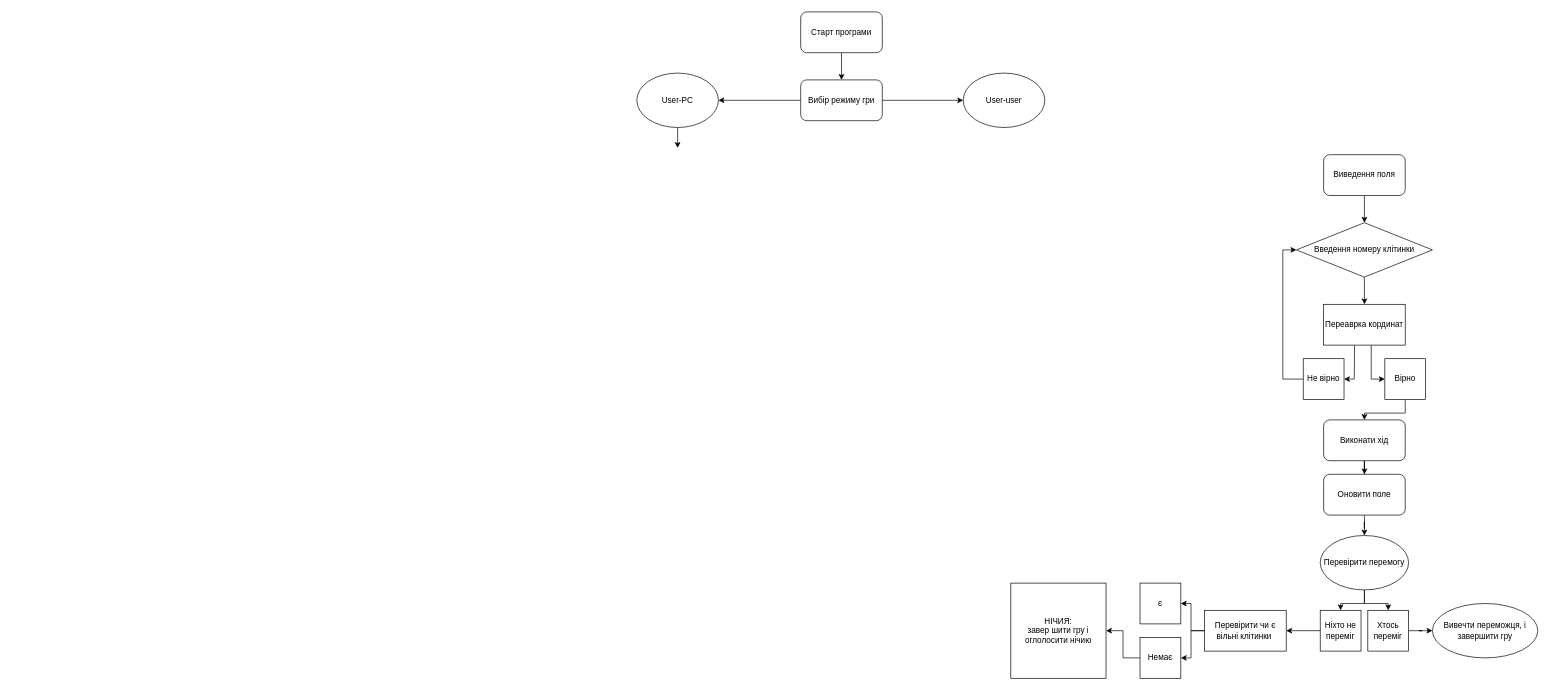
Before: Діаграма без назви.drawio in SombreEm/alpha, a draw.io diagram. Source tidied: cells renumbered, new cells numbered last; positions are measured from the earlier drawing's top-left corner, leaving out a move shared by most shapes. Both pictures are drawn from the tidied source at 68%, with x=0, y=0 at pixel (636, 12).
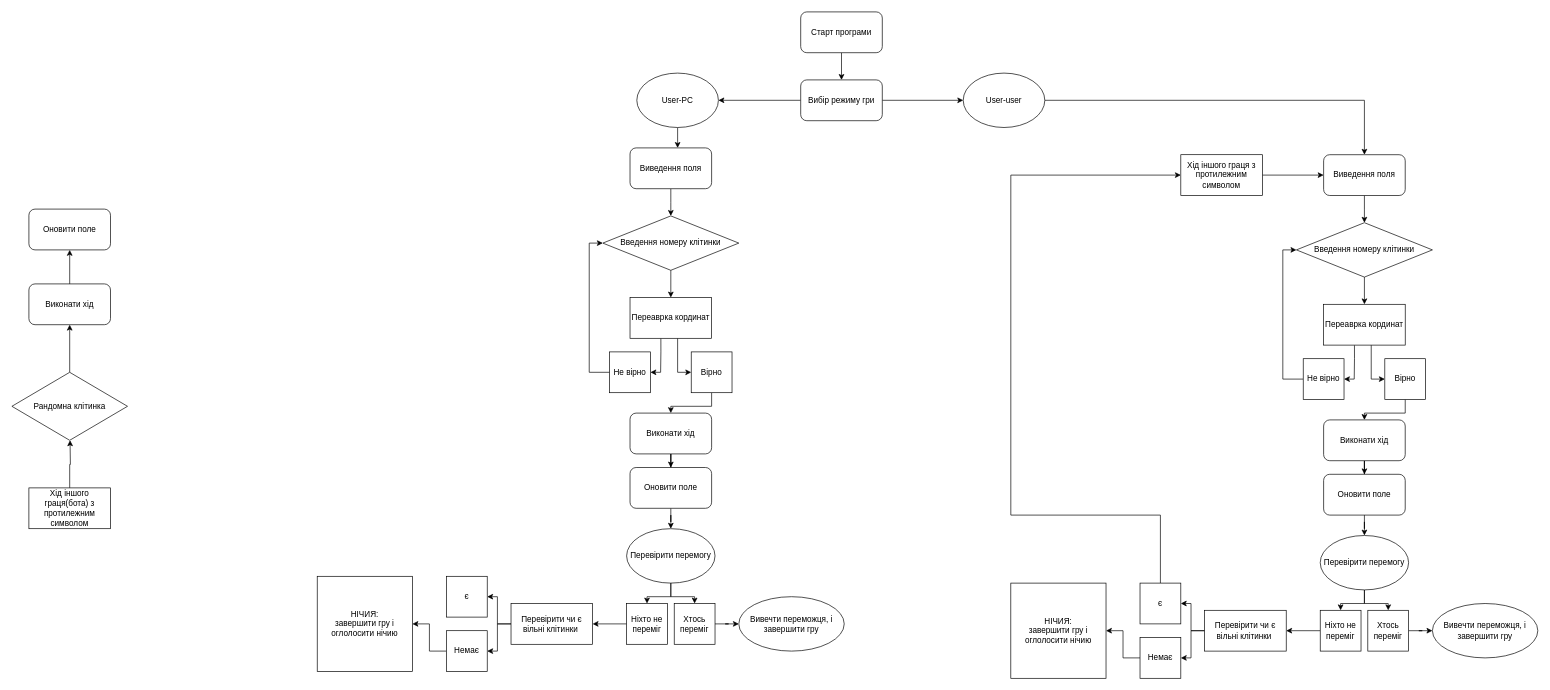
The same diagram, later.

Unchanged cells that the change refers to:
```xml
<mxCell id="5" value="Виведення поля" style="rounded=1;whiteSpace=wrap;html=1;" parent="1" vertex="1">
  <mxGeometry x="1010" y="210" width="120" height="60" as="geometry" />
</mxCell>
<mxCell id="11" value="User-user&lt;span id=&quot;docs-internal-guid-ddc45cb4-7fff-b80d-b5cc-657cc404f076&quot;&gt;&lt;/span&gt;" style="ellipse;whiteSpace=wrap;html=1;" parent="1" vertex="1">
  <mxGeometry x="480" y="90" width="120" height="80" as="geometry" />
</mxCell>
<mxCell id="36" value="є" style="rounded=0;whiteSpace=wrap;html=1;" parent="1" vertex="1">
  <mxGeometry x="740" y="840" width="60" height="60" as="geometry" />
</mxCell>
```

Diff of the diagram source:
```diff
@@
+    <mxCell id="40" style="edgeStyle=orthogonalEdgeStyle;rounded=0;jettySize=auto;html=1;exitX=1;exitY=0.5;exitDx=0;exitDy=0;entryX=0.5;entryY=0;entryDx=0;entryDy=0;" parent="1" edge="1" source="11" target="5">
+      <mxGeometry relative="1" as="geometry" />
+    </mxCell>
@@
+    <mxCell id="41" style="edgeStyle=orthogonalEdgeStyle;rounded=0;jettySize=auto;html=1;exitX=0.5;exitY=0;exitDx=0;exitDy=0;" parent="1" edge="1" source="36">
+      <mxGeometry relative="1" as="geometry">
+        <mxPoint x="800" y="240" as="targetPoint" />
+        <Array as="points">
+          <mxPoint x="770" y="740" />
+          <mxPoint x="550" y="740" />
+        </Array>
+      </mxGeometry>
+    </mxCell>
@@
-    <mxCell id="39" value="НІЧИЯ:&lt;br&gt;завер шити гру і оглолосити нічию" style="whiteSpace=wrap;html=1;" parent="1" vertex="1">
+    <mxCell id="39" value="НІЧИЯ:&lt;br&gt;завершити гру і оглолосити нічию" style="whiteSpace=wrap;html=1;" parent="1" vertex="1">
       <mxGeometry x="550" y="840" width="140" height="140" as="geometry" />
     </mxCell>
+    <mxCell id="42" style="edgeStyle=orthogonalEdgeStyle;rounded=0;jettySize=auto;html=1;exitX=1;exitY=0.5;exitDx=0;exitDy=0;entryX=0;entryY=0.5;entryDx=0;entryDy=0;" parent="1" edge="1" source="43" target="5">
+      <mxGeometry relative="1" as="geometry" />
+    </mxCell>
+    <mxCell id="43" value="Хід іншого граця з протилежним символом" style="rounded=0;whiteSpace=wrap;html=1;" parent="1" vertex="1">
+      <mxGeometry x="800" y="210" width="120" height="60" as="geometry" />
+    </mxCell>
+    <mxCell id="44" style="edgeStyle=orthogonalEdgeStyle;rounded=0;jettySize=auto;html=1;entryX=0.5;entryY=0;entryDx=0;entryDy=0;" parent="1" edge="1" source="45">
+      <mxGeometry relative="1" as="geometry">
+        <mxPoint x="50" y="300" as="targetPoint" />
+      </mxGeometry>
+    </mxCell>
+    <mxCell id="45" value="Виведення поля" style="rounded=1;whiteSpace=wrap;html=1;" parent="1" vertex="1">
+      <mxGeometry x="-10" y="200" width="120" height="60" as="geometry" />
+    </mxCell>
+    <mxCell id="46" value="Введення номеру клітинки" style="rhombus;whiteSpace=wrap;html=1;" parent="1" vertex="1">
+      <mxGeometry x="-50" y="300" width="200" height="80" as="geometry" />
+    </mxCell>
+    <mxCell id="47" style="edgeStyle=orthogonalEdgeStyle;rounded=0;jettySize=auto;html=1;" parent="1" edge="1" source="46" target="50">
+      <mxGeometry relative="1" as="geometry" />
+    </mxCell>
+    <mxCell id="48" style="edgeStyle=orthogonalEdgeStyle;rounded=0;jettySize=auto;html=1;entryX=1;entryY=0.5;entryDx=0;entryDy=0;exitX=0.378;exitY=1.004;exitDx=0;exitDy=0;exitPerimeter=0;" parent="1" edge="1" source="50" target="54">
+      <mxGeometry relative="1" as="geometry">
+        <Array as="points">
+          <mxPoint x="35" y="500" />
+          <mxPoint x="35" y="530" />
+        </Array>
+      </mxGeometry>
+    </mxCell>
+    <mxCell id="49" style="edgeStyle=orthogonalEdgeStyle;rounded=0;jettySize=auto;html=1;entryX=0;entryY=0.5;entryDx=0;entryDy=0;" parent="1" edge="1" source="50" target="52">
+      <mxGeometry relative="1" as="geometry">
+        <Array as="points">
+          <mxPoint x="60" y="530" />
+        </Array>
+      </mxGeometry>
+    </mxCell>
+    <mxCell id="50" value="Переаврка кординат" style="rounded=0;whiteSpace=wrap;html=1;" parent="1" vertex="1">
+      <mxGeometry x="-10" y="420" width="120" height="60" as="geometry" />
+    </mxCell>
+    <mxCell id="51" style="edgeStyle=orthogonalEdgeStyle;rounded=0;jettySize=auto;html=1;entryX=0.5;entryY=0;entryDx=0;entryDy=0;" parent="1" edge="1" source="52" target="56">
+      <mxGeometry relative="1" as="geometry">
+        <Array as="points">
+          <mxPoint x="110" y="580" />
+          <mxPoint x="50" y="580" />
+        </Array>
+      </mxGeometry>
+    </mxCell>
+    <mxCell id="52" value="Вірно" style="rounded=0;whiteSpace=wrap;html=1;" parent="1" vertex="1">
+      <mxGeometry x="80" y="500" width="60" height="60" as="geometry" />
+    </mxCell>
+    <mxCell id="53" style="edgeStyle=orthogonalEdgeStyle;rounded=0;jettySize=auto;html=1;entryX=0;entryY=0.5;entryDx=0;entryDy=0;" parent="1" edge="1" source="54" target="46">
+      <mxGeometry relative="1" as="geometry">
+        <Array as="points">
+          <mxPoint x="-70" y="530" />
+          <mxPoint x="-70" y="340" />
+        </Array>
+      </mxGeometry>
+    </mxCell>
+    <mxCell id="54" value="Не вірно" style="rounded=0;whiteSpace=wrap;html=1;" parent="1" vertex="1">
+      <mxGeometry x="-40" y="500" width="60" height="60" as="geometry" />
+    </mxCell>
+    <mxCell id="55" style="edgeStyle=orthogonalEdgeStyle;rounded=0;jettySize=auto;html=1;entryX=0.5;entryY=0;entryDx=0;entryDy=0;" parent="1" edge="1" source="56" target="58">
+      <mxGeometry relative="1" as="geometry" />
+    </mxCell>
+    <mxCell id="56" value="Виконати хід" style="rounded=1;whiteSpace=wrap;html=1;" parent="1" vertex="1">
+      <mxGeometry x="-10" y="590" width="120" height="60" as="geometry" />
+    </mxCell>
+    <mxCell id="57" style="edgeStyle=orthogonalEdgeStyle;rounded=0;jettySize=auto;html=1;" parent="1" edge="1" source="58" target="61">
+      <mxGeometry relative="1" as="geometry" />
+    </mxCell>
+    <mxCell id="58" value="Оновити поле" style="rounded=1;whiteSpace=wrap;html=1;" parent="1" vertex="1">
+      <mxGeometry x="-10" y="670" width="120" height="60" as="geometry" />
+    </mxCell>
+    <mxCell id="59" style="edgeStyle=orthogonalEdgeStyle;rounded=0;jettySize=auto;html=1;" parent="1" edge="1" source="61" target="65">
+      <mxGeometry relative="1" as="geometry" />
+    </mxCell>
+    <mxCell id="60" style="edgeStyle=orthogonalEdgeStyle;rounded=0;jettySize=auto;html=1;entryX=0.5;entryY=0;entryDx=0;entryDy=0;" parent="1" edge="1" source="61" target="63">
+      <mxGeometry relative="1" as="geometry" />
+    </mxCell>
+    <mxCell id="61" value="Перевірити перемогу" style="ellipse;whiteSpace=wrap;html=1;rounded=1;" parent="1" vertex="1">
+      <mxGeometry x="-15" y="760" width="130" height="80" as="geometry" />
+    </mxCell>
+    <mxCell id="62" style="edgeStyle=orthogonalEdgeStyle;rounded=0;jettySize=auto;html=1;" parent="1" edge="1" source="63" target="66">
+      <mxGeometry relative="1" as="geometry" />
+    </mxCell>
+    <mxCell id="63" value="Хтось переміг" style="rounded=0;whiteSpace=wrap;html=1;" parent="1" vertex="1">
+      <mxGeometry x="55" y="870" width="60" height="60" as="geometry" />
+    </mxCell>
+    <mxCell id="64" style="edgeStyle=orthogonalEdgeStyle;rounded=0;jettySize=auto;html=1;" parent="1" edge="1" source="65" target="69">
+      <mxGeometry relative="1" as="geometry" />
+    </mxCell>
+    <mxCell id="65" value="Ніхто не переміг" style="rounded=0;whiteSpace=wrap;html=1;" parent="1" vertex="1">
+      <mxGeometry x="-15" y="870" width="60" height="60" as="geometry" />
+    </mxCell>
+    <mxCell id="66" value="Вивечти переможця, і завершити гру" style="ellipse;whiteSpace=wrap;html=1;rounded=0;" parent="1" vertex="1">
+      <mxGeometry x="150" y="860" width="155" height="80" as="geometry" />
+    </mxCell>
+    <mxCell id="67" style="edgeStyle=orthogonalEdgeStyle;rounded=0;jettySize=auto;html=1;" parent="1" edge="1" source="69" target="72">
+      <mxGeometry relative="1" as="geometry" />
+    </mxCell>
+    <mxCell id="68" style="edgeStyle=orthogonalEdgeStyle;rounded=0;jettySize=auto;html=1;entryX=1;entryY=0.5;entryDx=0;entryDy=0;" parent="1" edge="1" source="69" target="70">
+      <mxGeometry relative="1" as="geometry" />
+    </mxCell>
+    <mxCell id="69" value="Перевірити чи є вільні клітинки&amp;nbsp;" style="whiteSpace=wrap;html=1;rounded=0;" parent="1" vertex="1">
+      <mxGeometry x="-185" y="870" width="120" height="60" as="geometry" />
+    </mxCell>
+    <mxCell id="70" value="є" style="rounded=0;whiteSpace=wrap;html=1;" parent="1" vertex="1">
+      <mxGeometry x="-280" y="830" width="60" height="60" as="geometry" />
+    </mxCell>
+    <mxCell id="71" style="edgeStyle=orthogonalEdgeStyle;rounded=0;jettySize=auto;html=1;" parent="1" edge="1" source="72" target="73">
+      <mxGeometry relative="1" as="geometry" />
+    </mxCell>
+    <mxCell id="72" value="Немає" style="rounded=0;whiteSpace=wrap;html=1;" parent="1" vertex="1">
+      <mxGeometry x="-280" y="910" width="60" height="60" as="geometry" />
+    </mxCell>
+    <mxCell id="73" value="НІЧИЯ:&lt;br&gt;завершити гру і оглолосити нічию" style="whiteSpace=wrap;html=1;" parent="1" vertex="1">
+      <mxGeometry x="-470" y="830" width="140" height="140" as="geometry" />
+    </mxCell>
+    <mxCell id="74" style="edgeStyle=orthogonalEdgeStyle;rounded=0;jettySize=auto;html=1;exitX=0.5;exitY=0;exitDx=0;exitDy=0;" parent="1" edge="1" source="75">
+      <mxGeometry relative="1" as="geometry">
+        <mxPoint x="-833.5" y="630" as="targetPoint" />
+      </mxGeometry>
+    </mxCell>
+    <mxCell id="75" value="Хід іншого граця(бота) з протилежним символом" style="rounded=0;whiteSpace=wrap;html=1;" parent="1" vertex="1">
+      <mxGeometry x="-894" y="700" width="120" height="60" as="geometry" />
+    </mxCell>
+    <mxCell id="76" style="edgeStyle=orthogonalEdgeStyle;rounded=0;jettySize=auto;html=1;exitX=0.5;exitY=0;exitDx=0;exitDy=0;entryX=0.5;entryY=1;entryDx=0;entryDy=0;" parent="1" edge="1" source="77" target="79">
+      <mxGeometry relative="1" as="geometry" />
+    </mxCell>
+    <mxCell id="77" value="Рандомна клітинка" style="rhombus;whiteSpace=wrap;html=1;" parent="1" vertex="1">
+      <mxGeometry x="-919" y="530" width="170" height="100" as="geometry" />
+    </mxCell>
+    <mxCell id="78" style="edgeStyle=orthogonalEdgeStyle;rounded=0;jettySize=auto;html=1;exitX=0.5;exitY=0;exitDx=0;exitDy=0;entryX=0.5;entryY=1;entryDx=0;entryDy=0;" parent="1" edge="1" source="79" target="80">
+      <mxGeometry relative="1" as="geometry" />
+    </mxCell>
+    <mxCell id="79" value="Виконати хід" style="rounded=1;whiteSpace=wrap;html=1;" parent="1" vertex="1">
+      <mxGeometry x="-894" y="400" width="120" height="60" as="geometry" />
+    </mxCell>
+    <mxCell id="80" value="Оновити поле" style="rounded=1;whiteSpace=wrap;html=1;" parent="1" vertex="1">
+      <mxGeometry x="-894" y="290" width="120" height="60" as="geometry" />
+    </mxCell>
```
